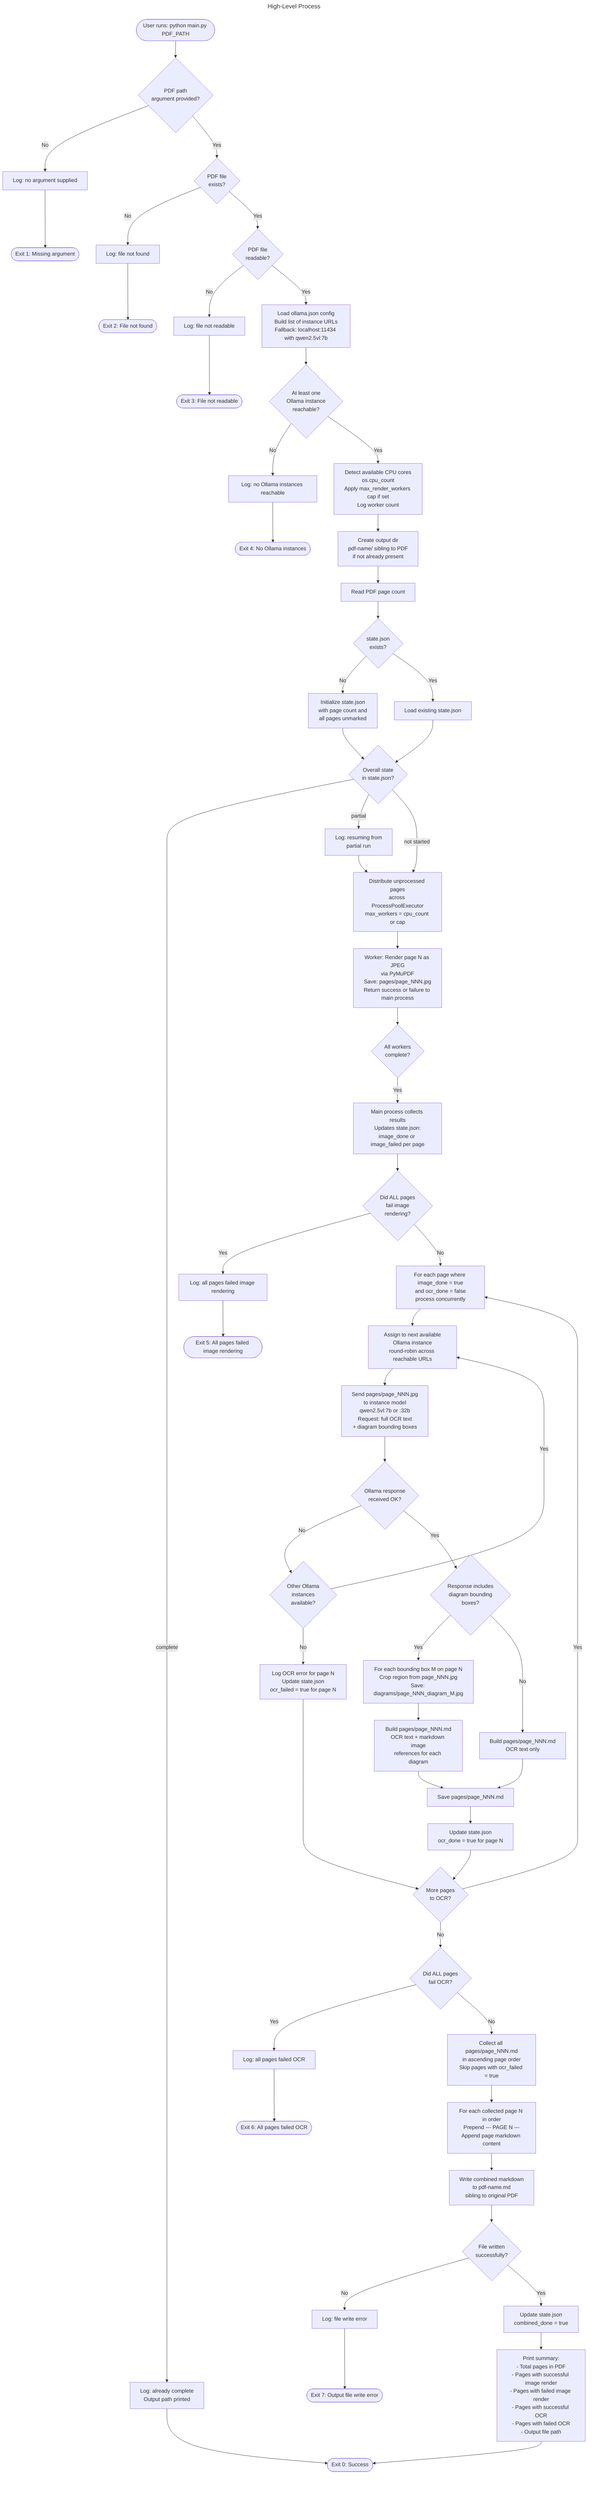
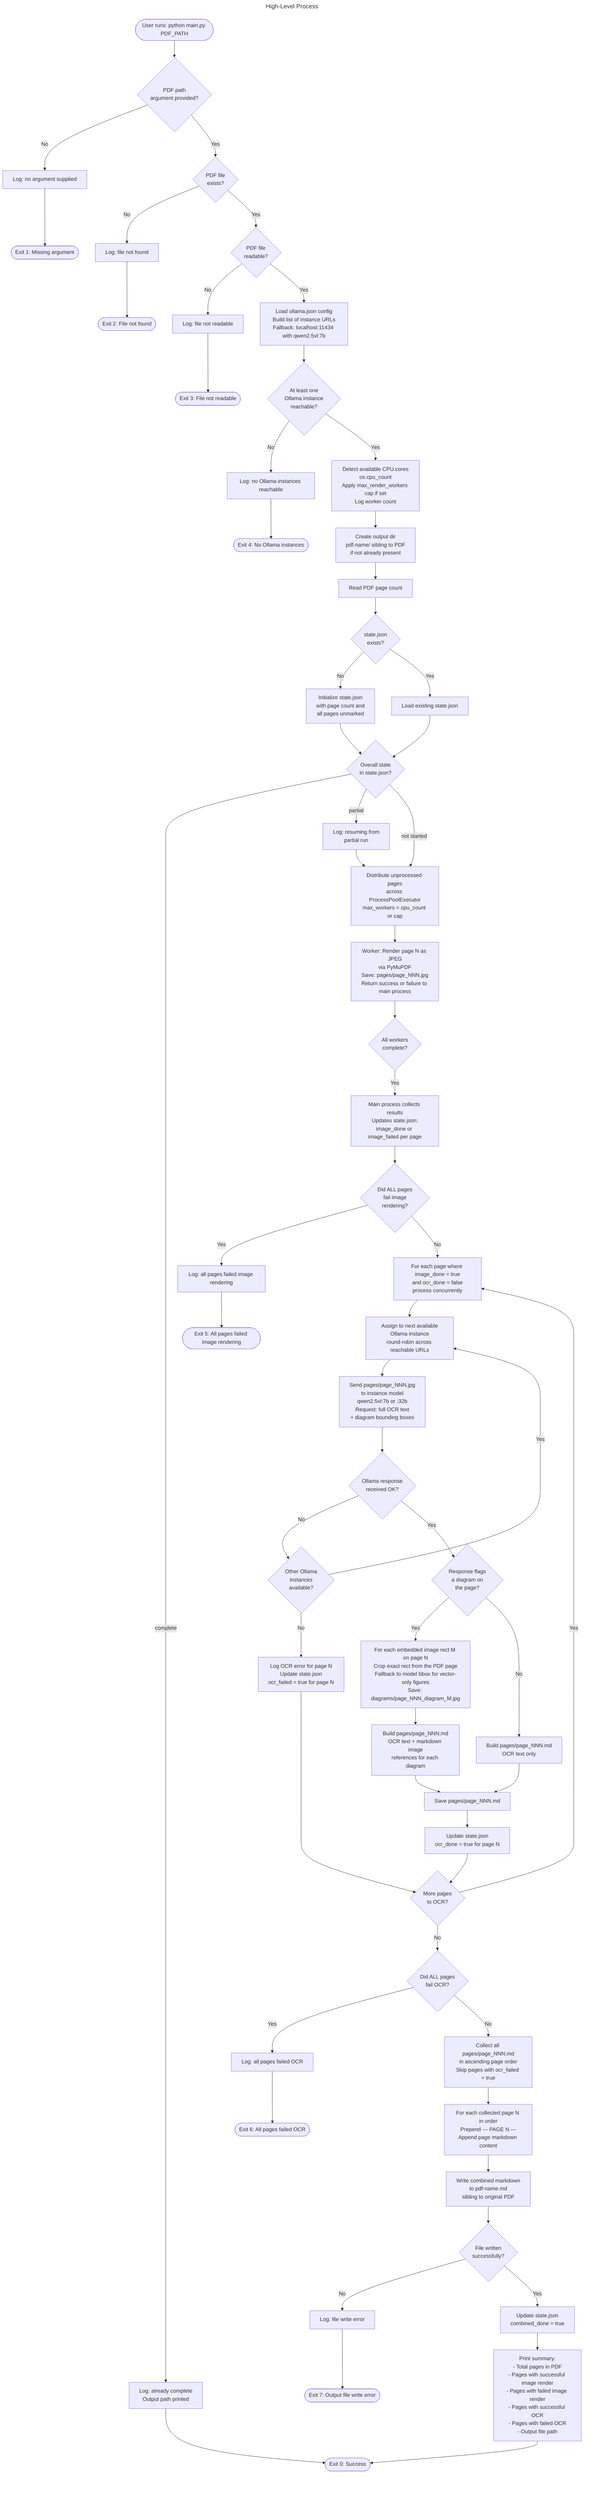
---
title: High-Level Process
---
flowchart TD

    %% ─── PHASE 0: STARTUP ──────────────────────────────────────────────────
    START([User runs: python main.py PDF_PATH]) --> chkArg{PDF path\nargument provided?}
    chkArg -- No --> errNoArg[Log: no argument supplied]
    errNoArg --> EXIT1([Exit 1: Missing argument])

    chkArg -- Yes --> chkExists{PDF file\nexists?}
    chkExists -- No --> errNoFile[Log: file not found]
    errNoFile --> EXIT2([Exit 2: File not found])

    chkExists -- Yes --> chkReadable{PDF file\nreadable?}
    chkReadable -- No --> errNotReadable[Log: file not readable]
    errNotReadable --> EXIT3([Exit 3: File not readable])

    chkReadable -- Yes --> loadConfig[Load ollama.json config\nBuild list of instance URLs\nFallback: localhost:11434 with qwen2.5vl:7b]

    loadConfig --> probeOllama{At least one\nOllama instance\nreachable?}
    probeOllama -- No --> errNoOllama[Log: no Ollama instances reachable]
    errNoOllama --> EXIT4([Exit 4: No Ollama instances])

    probeOllama -- Yes --> detectCores[Detect available CPU cores\nos.cpu_count\nApply max_render_workers cap if set\nLog worker count]

    detectCores --> createOutDir[Create output dir\npdf-name/ sibling to PDF\nif not already present]

    createOutDir --> readPages[Read PDF page count]

    readPages --> initState{state.json\nexists?}
    initState -- No --> writeState[Initialize state.json\nwith page count and\nall pages unmarked]
    initState -- Yes --> loadState[Load existing state.json]
    writeState --> chkComplete
    loadState --> chkComplete

    chkComplete{Overall state\nin state.json?}
    chkComplete -- complete --> logDone[Log: already complete\nOutput path printed]
    logDone --> EXIT0([Exit 0: Success])
    chkComplete -- partial --> logResume[Log: resuming from\npartial run]
    logResume --> imgLoop
    chkComplete -- not started --> imgLoop

    %% ─── PHASE 1: IMAGE PROCESSING ─────────────────────────────────────────
    imgLoop[Distribute unprocessed pages\nacross ProcessPoolExecutor\nmax_workers = cpu_count or cap]

    imgLoop --> renderPage[Worker: Render page N as JPEG\nvia PyMuPDF\nSave: pages/page_NNN.jpg\nReturn success or failure to main process]

    renderPage --> imgOk{All workers\ncomplete?}
    imgOk -- Yes --> collectResults[Main process collects results\nUpdates state.json:\nimage_done or image_failed per page]
    collectResults --> chkAllImgFailed

    chkAllImgFailed{Did ALL pages\nfail image\nrendering?}
    chkAllImgFailed -- Yes --> errAllImg[Log: all pages failed image rendering]
    errAllImg --> EXIT5([Exit 5: All pages failed image rendering])
    chkAllImgFailed -- No --> ocrLoop

    %% ─── PHASE 2: OCR PROCESSING ────────────────────────────────────────────
    ocrLoop[For each page where image_done = true\nand ocr_done = false\nprocess concurrently]

    ocrLoop --> assignInstance[Assign to next available\nOllama instance\nround-robin across reachable URLs]

    assignInstance --> callOllama[Send pages/page_NNN.jpg\nto instance model\nqwen2.5vl:7b or :32b\nRequest: full OCR text\n+ diagram bounding boxes]

    callOllama --> ocrOk{Ollama response\nreceived OK?}

    ocrOk -- No --> retryOther{Other Ollama\ninstances\navailable?}
    retryOther -- Yes --> assignInstance
    retryOther -- No --> markOcrFail[Log OCR error for page N\nUpdate state.json\nocr_failed = true for page N]
    markOcrFail --> ocrLoopNext

-     ocrOk -- Yes --> chkDiagrams{Response includes\ndiagram bounding\nboxes?}
+     ocrOk -- Yes --> chkDiagrams{Response flags\na diagram on\nthe page?}

-     chkDiagrams -- Yes --> cropDiagrams[For each bounding box M on page N\nCrop region from page_NNN.jpg\nSave: diagrams/page_NNN_diagram_M.jpg]
+     chkDiagrams -- Yes --> cropDiagrams[For each embedded image rect M on page N\nCrop exact rect from the PDF page\nFallback to model bbox for vector-only figures\nSave: diagrams/page_NNN_diagram_M.jpg]
    cropDiagrams --> buildPageMd[Build pages/page_NNN.md\nOCR text + markdown image\nreferences for each diagram]

    chkDiagrams -- No --> buildPageMdNoDiagram[Build pages/page_NNN.md\nOCR text only]

    buildPageMd --> savePageMd[Save pages/page_NNN.md]
    buildPageMdNoDiagram --> savePageMd

    savePageMd --> markOcrDone[Update state.json\nocr_done = true for page N]

    markOcrDone --> ocrLoopNext{More pages\nto OCR?}
    ocrLoopNext -- Yes --> ocrLoop
    ocrLoopNext -- No --> chkAllOcrFailed

    chkAllOcrFailed{Did ALL pages\nfail OCR?}
    chkAllOcrFailed -- Yes --> errAllOcr[Log: all pages failed OCR]
    errAllOcr --> EXIT6([Exit 6: All pages failed OCR])
    chkAllOcrFailed -- No --> combinePhase

    %% ─── PHASE 3: COMBINE ───────────────────────────────────────────────────
    combinePhase[Collect all pages/page_NNN.md\nin ascending page order\nSkip pages with ocr_failed = true]

    combinePhase --> mergePages[For each collected page N in order\nPrepend --- PAGE N ---\nAppend page markdown content]

    mergePages --> writeOutput[Write combined markdown\nto pdf-name.md\nsibling to original PDF]

    writeOutput --> writeOk{File written\nsuccessfully?}
    writeOk -- No --> errWrite[Log: file write error]
    errWrite --> EXIT7([Exit 7: Output file write error])

    writeOk -- Yes --> markCombined[Update state.json\ncombined_done = true]

    %% ─── SUMMARY ────────────────────────────────────────────────────────────
    markCombined --> printSummary[Print summary:\n- Total pages in PDF\n- Pages with successful image render\n- Pages with failed image render\n- Pages with successful OCR\n- Pages with failed OCR\n- Output file path]

    printSummary --> EXIT0
